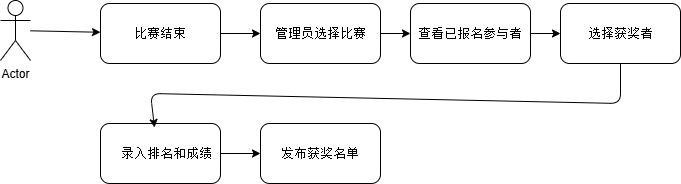
This is 获奖者管理流程.drawio.png from kikikong31/highland-nexus-ui, a draw.io export, as it was before one commit. Source tidied: cells renumbered, new cells last; positions are measured from the earlier drawing's top-left corner, leaving out a move shared by most shapes. Its diagram source:
```xml
<mxGraphModel>
  <root>
    <mxCell id="0" />
    <mxCell id="1" parent="0" />
    <mxCell id="2" style="edgeStyle=none;html=1;" parent="1" edge="1" source="3" target="5">
      <mxGeometry relative="1" as="geometry" />
    </mxCell>
    <mxCell id="3" value="Actor" style="shape=umlActor;verticalLabelPosition=bottom;verticalAlign=top;html=1;outlineConnect=0;" parent="1" vertex="1">
      <mxGeometry width="30" height="60" as="geometry" />
    </mxCell>
    <mxCell id="4" style="edgeStyle=none;html=1;" parent="1" edge="1" source="5" target="13">
      <mxGeometry relative="1" as="geometry" />
    </mxCell>
    <mxCell id="5" value="&lt;p class=&quot;MsoNormal&quot;&gt;&lt;span style=&quot;mso-spacerun:'yes';font-family:宋体;mso-hansi-font-family:'Courier New';&lt;br/&gt;color:rgb(0,0,0);font-size:10.0000pt;mso-font-kerning:1.0000pt;&quot;&gt;&lt;font face=&quot;宋体&quot;&gt;比赛结束&lt;/font&gt;&lt;/span&gt;&lt;/p&gt;" style="rounded=1;whiteSpace=wrap;html=1;" parent="1" vertex="1">
      <mxGeometry x="100" y="3" width="120" height="60" as="geometry" />
    </mxCell>
    <mxCell id="6" style="edgeStyle=none;html=1;" parent="1" edge="1" source="7" target="8">
      <mxGeometry relative="1" as="geometry" />
    </mxCell>
    <mxCell id="7" value="&lt;p class=&quot;MsoNormal&quot;&gt;&lt;span style=&quot;mso-spacerun:'yes';font-family:宋体;mso-hansi-font-family:'Courier New';&lt;br/&gt;color:rgb(0,0,0);font-size:10.0000pt;mso-font-kerning:1.0000pt;&quot;&gt;&amp;nbsp;&lt;font face=&quot;宋体&quot;&gt;录入排名和成绩&lt;/font&gt;&lt;/span&gt;&lt;/p&gt;" style="rounded=1;whiteSpace=wrap;html=1;" parent="1" vertex="1">
      <mxGeometry x="100" y="123" width="120" height="60" as="geometry" />
    </mxCell>
    <mxCell id="8" value="&lt;p class=&quot;MsoNormal&quot;&gt;&lt;span style=&quot;mso-spacerun:'yes';font-family:宋体;mso-hansi-font-family:'Courier New';&lt;br/&gt;color:rgb(0,0,0);font-size:10.0000pt;mso-font-kerning:1.0000pt;&quot;&gt;&lt;font face=&quot;宋体&quot;&gt;发布获奖名单&lt;/font&gt;&lt;/span&gt;&lt;/p&gt;" style="rounded=1;whiteSpace=wrap;html=1;" parent="1" vertex="1">
      <mxGeometry x="260" y="123" width="120" height="60" as="geometry" />
    </mxCell>
    <mxCell id="9" value="&lt;p class=&quot;MsoNormal&quot;&gt;&lt;span style=&quot;mso-spacerun:'yes';font-family:宋体;mso-hansi-font-family:'Courier New';&lt;br/&gt;color:rgb(0,0,0);font-size:10.0000pt;mso-font-kerning:1.0000pt;&quot;&gt;&lt;font face=&quot;宋体&quot;&gt;选择获奖者&lt;/font&gt;&lt;/span&gt;&lt;/p&gt;" style="rounded=1;whiteSpace=wrap;html=1;" parent="1" vertex="1">
      <mxGeometry x="560" y="3" width="120" height="60" as="geometry" />
    </mxCell>
    <mxCell id="10" style="edgeStyle=none;html=1;" parent="1" edge="1" source="11" target="9">
      <mxGeometry relative="1" as="geometry" />
    </mxCell>
    <mxCell id="11" value="&lt;p class=&quot;MsoNormal&quot;&gt;&lt;span style=&quot;mso-spacerun:'yes';font-family:宋体;mso-hansi-font-family:'Courier New';&lt;br/&gt;color:rgb(0,0,0);font-size:10.0000pt;mso-font-kerning:1.0000pt;&quot;&gt;&lt;font face=&quot;宋体&quot;&gt;查看已报名参与者&lt;/font&gt;&lt;/span&gt;&lt;/p&gt;" style="rounded=1;whiteSpace=wrap;html=1;" parent="1" vertex="1">
      <mxGeometry x="410" y="3" width="120" height="60" as="geometry" />
    </mxCell>
    <mxCell id="12" style="edgeStyle=none;html=1;" parent="1" edge="1" source="13" target="11">
      <mxGeometry relative="1" as="geometry" />
    </mxCell>
    <mxCell id="13" value="&lt;p class=&quot;MsoNormal&quot;&gt;&lt;span style=&quot;mso-spacerun:'yes';font-family:宋体;mso-hansi-font-family:'Courier New';&lt;br/&gt;color:rgb(0,0,0);font-size:10.0000pt;mso-font-kerning:1.0000pt;&quot;&gt;&lt;font face=&quot;宋体&quot;&gt;管理员选择比赛&lt;/font&gt;&lt;/span&gt;&lt;/p&gt;" style="rounded=1;whiteSpace=wrap;html=1;" parent="1" vertex="1">
      <mxGeometry x="260" y="3" width="120" height="60" as="geometry" />
    </mxCell>
    <mxCell id="14" style="edgeStyle=none;html=1;entryX=0.45;entryY=0.067;entryDx=0;entryDy=0;entryPerimeter=0;" parent="1" edge="1" source="9" target="7">
      <mxGeometry relative="1" as="geometry">
        <Array as="points">
          <mxPoint x="620" y="103" />
          <mxPoint x="150" y="93" />
        </Array>
      </mxGeometry>
    </mxCell>
  </root>
</mxGraphModel>
```
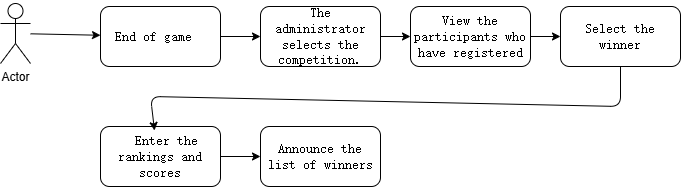
Above is the later version.

The edit, as a diff of the source:
```diff
@@ -11,31 +11,31 @@
     <mxCell id="4" style="edgeStyle=none;html=1;" parent="1" edge="1" source="5" target="13">
       <mxGeometry relative="1" as="geometry" />
     </mxCell>
-    <mxCell id="5" value="&lt;p class=&quot;MsoNormal&quot;&gt;&lt;span style=&quot;mso-spacerun:'yes';font-family:宋体;mso-hansi-font-family:'Courier New';&lt;br/&gt;color:rgb(0,0,0);font-size:10.0000pt;mso-font-kerning:1.0000pt;&quot;&gt;&lt;font face=&quot;宋体&quot;&gt;比赛结束&lt;/font&gt;&lt;/span&gt;&lt;/p&gt;" style="rounded=1;whiteSpace=wrap;html=1;" parent="1" vertex="1">
+    <mxCell id="5" value="&lt;p class=&quot;MsoNormal&quot;&gt;&lt;font face=&quot;宋体&quot;&gt;&lt;span style=&quot;font-size: 13.3333px;&quot;&gt;End of game&amp;nbsp;&lt;/span&gt;&lt;/font&gt;&lt;/p&gt;" style="rounded=1;whiteSpace=wrap;html=1;" parent="1" vertex="1">
       <mxGeometry x="100" y="3" width="120" height="60" as="geometry" />
     </mxCell>
     <mxCell id="6" style="edgeStyle=none;html=1;" parent="1" edge="1" source="7" target="8">
       <mxGeometry relative="1" as="geometry" />
     </mxCell>
-    <mxCell id="7" value="&lt;p class=&quot;MsoNormal&quot;&gt;&lt;span style=&quot;mso-spacerun:'yes';font-family:宋体;mso-hansi-font-family:'Courier New';&lt;br/&gt;color:rgb(0,0,0);font-size:10.0000pt;mso-font-kerning:1.0000pt;&quot;&gt;&amp;nbsp;&lt;font face=&quot;宋体&quot;&gt;录入排名和成绩&lt;/font&gt;&lt;/span&gt;&lt;/p&gt;" style="rounded=1;whiteSpace=wrap;html=1;" parent="1" vertex="1">
+    <mxCell id="7" value="&lt;p class=&quot;MsoNormal&quot;&gt;&lt;span style=&quot;mso-spacerun:'yes';font-family:宋体;mso-hansi-font-family:'Courier New';&lt;br/&gt;color:rgb(0,0,0);font-size:10.0000pt;mso-font-kerning:1.0000pt;&quot;&gt;&amp;nbsp;&lt;/span&gt;&lt;span style=&quot;background-color: transparent; font-size: 13.3333px;&quot;&gt;&lt;font face=&quot;宋体&quot;&gt;Enter the rankings and scores&lt;/font&gt;&lt;/span&gt;&lt;/p&gt;" style="rounded=1;whiteSpace=wrap;html=1;" parent="1" vertex="1">
       <mxGeometry x="100" y="123" width="120" height="60" as="geometry" />
     </mxCell>
-    <mxCell id="8" value="&lt;p class=&quot;MsoNormal&quot;&gt;&lt;span style=&quot;mso-spacerun:'yes';font-family:宋体;mso-hansi-font-family:'Courier New';&lt;br/&gt;color:rgb(0,0,0);font-size:10.0000pt;mso-font-kerning:1.0000pt;&quot;&gt;&lt;font face=&quot;宋体&quot;&gt;发布获奖名单&lt;/font&gt;&lt;/span&gt;&lt;/p&gt;" style="rounded=1;whiteSpace=wrap;html=1;" parent="1" vertex="1">
+    <mxCell id="8" value="&lt;p class=&quot;MsoNormal&quot;&gt;&lt;font face=&quot;宋体&quot;&gt;&lt;span style=&quot;font-size: 13.3333px;&quot;&gt;Announce the list of winners&lt;/span&gt;&lt;/font&gt;&lt;/p&gt;" style="rounded=1;whiteSpace=wrap;html=1;" parent="1" vertex="1">
       <mxGeometry x="260" y="123" width="120" height="60" as="geometry" />
     </mxCell>
-    <mxCell id="9" value="&lt;p class=&quot;MsoNormal&quot;&gt;&lt;span style=&quot;mso-spacerun:'yes';font-family:宋体;mso-hansi-font-family:'Courier New';&lt;br/&gt;color:rgb(0,0,0);font-size:10.0000pt;mso-font-kerning:1.0000pt;&quot;&gt;&lt;font face=&quot;宋体&quot;&gt;选择获奖者&lt;/font&gt;&lt;/span&gt;&lt;/p&gt;" style="rounded=1;whiteSpace=wrap;html=1;" parent="1" vertex="1">
+    <mxCell id="9" value="&lt;p class=&quot;MsoNormal&quot;&gt;&lt;font face=&quot;宋体&quot;&gt;&lt;span style=&quot;font-size: 13.3333px;&quot;&gt;Select the winner&lt;/span&gt;&lt;/font&gt;&lt;/p&gt;" style="rounded=1;whiteSpace=wrap;html=1;" parent="1" vertex="1">
       <mxGeometry x="560" y="3" width="120" height="60" as="geometry" />
     </mxCell>
     <mxCell id="10" style="edgeStyle=none;html=1;" parent="1" edge="1" source="11" target="9">
       <mxGeometry relative="1" as="geometry" />
     </mxCell>
-    <mxCell id="11" value="&lt;p class=&quot;MsoNormal&quot;&gt;&lt;span style=&quot;mso-spacerun:'yes';font-family:宋体;mso-hansi-font-family:'Courier New';&lt;br/&gt;color:rgb(0,0,0);font-size:10.0000pt;mso-font-kerning:1.0000pt;&quot;&gt;&lt;font face=&quot;宋体&quot;&gt;查看已报名参与者&lt;/font&gt;&lt;/span&gt;&lt;/p&gt;" style="rounded=1;whiteSpace=wrap;html=1;" parent="1" vertex="1">
+    <mxCell id="11" value="&lt;p class=&quot;MsoNormal&quot;&gt;&lt;font face=&quot;宋体&quot;&gt;&lt;span style=&quot;font-size: 13.3333px;&quot;&gt;View the participants who have registered&lt;/span&gt;&lt;/font&gt;&lt;/p&gt;" style="rounded=1;whiteSpace=wrap;html=1;" parent="1" vertex="1">
       <mxGeometry x="410" y="3" width="120" height="60" as="geometry" />
     </mxCell>
     <mxCell id="12" style="edgeStyle=none;html=1;" parent="1" edge="1" source="13" target="11">
       <mxGeometry relative="1" as="geometry" />
     </mxCell>
-    <mxCell id="13" value="&lt;p class=&quot;MsoNormal&quot;&gt;&lt;span style=&quot;mso-spacerun:'yes';font-family:宋体;mso-hansi-font-family:'Courier New';&lt;br/&gt;color:rgb(0,0,0);font-size:10.0000pt;mso-font-kerning:1.0000pt;&quot;&gt;&lt;font face=&quot;宋体&quot;&gt;管理员选择比赛&lt;/font&gt;&lt;/span&gt;&lt;/p&gt;" style="rounded=1;whiteSpace=wrap;html=1;" parent="1" vertex="1">
+    <mxCell id="13" value="&lt;p class=&quot;MsoNormal&quot;&gt;&lt;font face=&quot;宋体&quot;&gt;&lt;span style=&quot;font-size: 13.3333px;&quot;&gt;The administrator selects the competition.&lt;/span&gt;&lt;/font&gt;&lt;/p&gt;" style="rounded=1;whiteSpace=wrap;html=1;" parent="1" vertex="1">
       <mxGeometry x="260" y="3" width="120" height="60" as="geometry" />
     </mxCell>
     <mxCell id="14" style="edgeStyle=none;html=1;entryX=0.45;entryY=0.067;entryDx=0;entryDy=0;entryPerimeter=0;" parent="1" edge="1" source="9" target="7">
```
